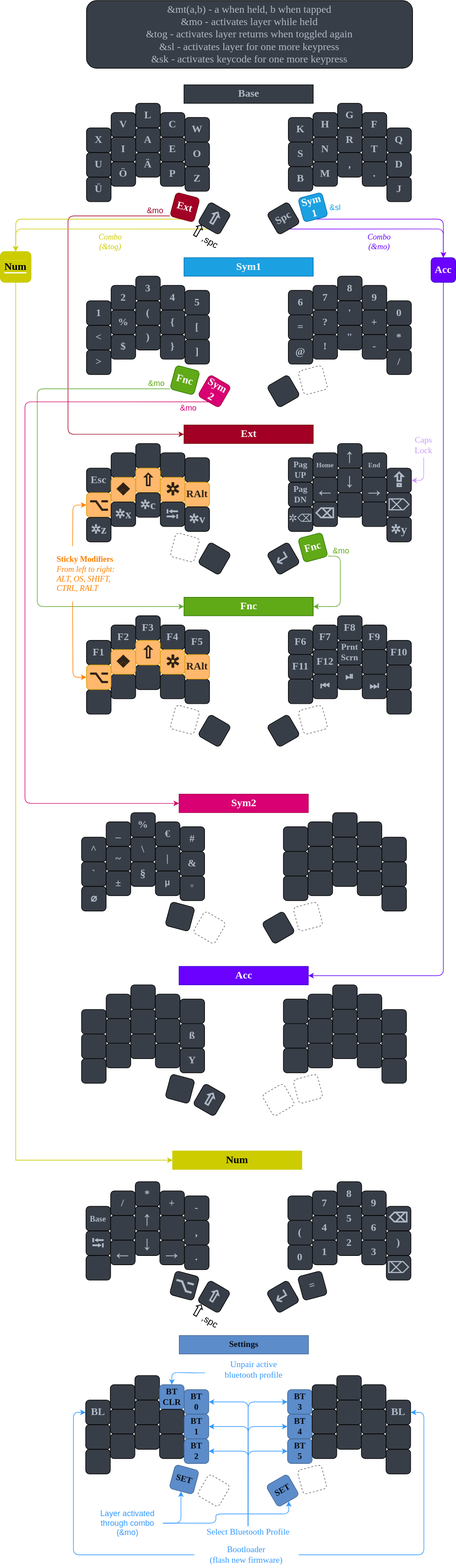
This is Layout/Sweepd_Neo2.svg from hoyohayo/zmk-config, a draw.io export, as it was before one commit. Source tidied: cells renumbered, new cells last; positions are measured from the earlier drawing's top-left corner, leaving out a move shared by most shapes.
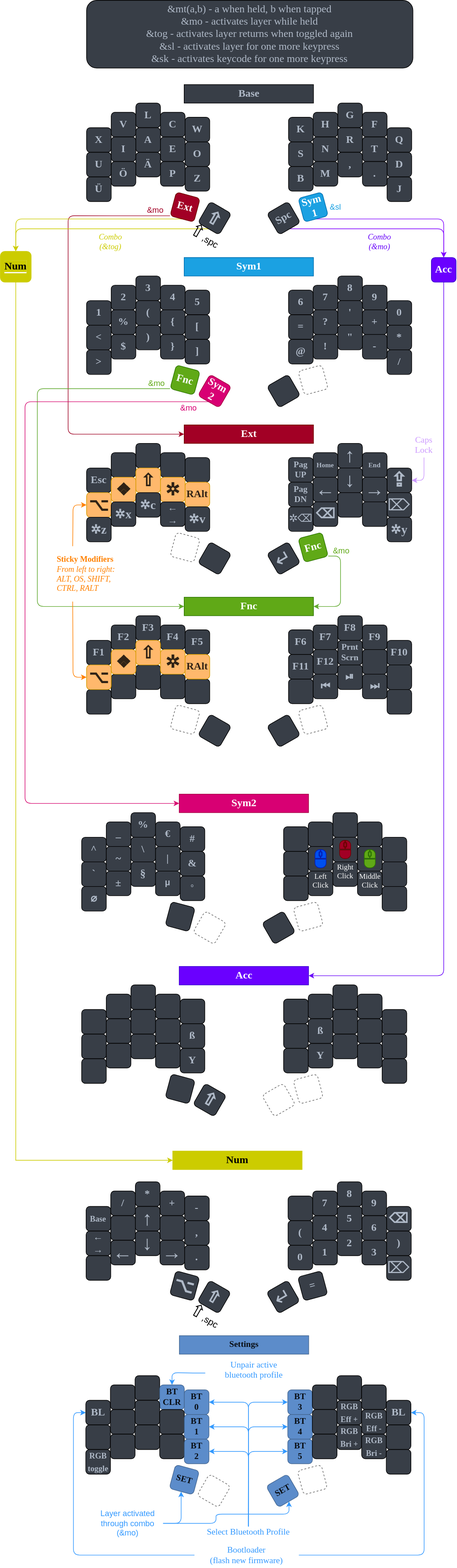
Later version of the same file.

What changed in the source:
```diff
@@ -287,7 +287,7 @@
     <mxCell id="91" value="&lt;span style=&quot;font-family: &amp;quot;segoe ui emoji&amp;quot;, &amp;quot;apple color emoji&amp;quot;, &amp;quot;noto color emoji&amp;quot;; font-size: 20px;&quot;&gt;✲c&lt;/span&gt;" style="whiteSpace=wrap;html=1;fontSize=17;fontFamily=Verdana;fontStyle=1;fontColor=#AFB9C7;fillColor=#383E47;rounded=1;" parent="1" vertex="1">
       <mxGeometry x="220" y="800" width="40" height="40" as="geometry" />
     </mxCell>
-    <mxCell id="92" value="&lt;span style=&quot;font-family: &amp;quot;segoe ui emoji&amp;quot;, &amp;quot;apple color emoji&amp;quot;, &amp;quot;noto color emoji&amp;quot;; font-size: 28px; font-weight: 400;&quot;&gt;⭾&lt;/span&gt;" style="whiteSpace=wrap;html=1;fontSize=17;fontFamily=Verdana;fontStyle=1;fontColor=#AFB9C7;fillColor=#383E47;rounded=1;" parent="1" vertex="1">
+    <mxCell id="92" value="&lt;font style=&quot;font-size: 16px;&quot;&gt;&lt;span style=&quot;font-family: &amp;quot;segoe ui emoji&amp;quot;, &amp;quot;apple color emoji&amp;quot;, &amp;quot;noto color emoji&amp;quot;;&quot;&gt;←&lt;br&gt;&lt;/span&gt;&lt;span style=&quot;font-family: &amp;quot;segoe ui emoji&amp;quot;, &amp;quot;apple color emoji&amp;quot;, &amp;quot;noto color emoji&amp;quot;;&quot;&gt;→&lt;/span&gt;&lt;/font&gt;" style="whiteSpace=wrap;html=1;fontSize=17;fontFamily=Verdana;fontStyle=1;fontColor=#AFB9C7;fillColor=#383E47;rounded=1;" parent="1" vertex="1">
       <mxGeometry x="260" y="815" width="40" height="40" as="geometry" />
     </mxCell>
     <mxCell id="93" value="&lt;span style=&quot;font-family: &amp;quot;segoe ui emoji&amp;quot;, &amp;quot;apple color emoji&amp;quot;, &amp;quot;noto color emoji&amp;quot;; font-size: 20px;&quot;&gt;✲v&lt;/span&gt;" style="whiteSpace=wrap;html=1;fontSize=17;fontFamily=Verdana;fontStyle=1;fontColor=#AFB9C7;fillColor=#383E47;rounded=1;" parent="1" vertex="1">
@@ -554,9 +554,6 @@
     <mxCell id="176" style="whiteSpace=wrap;html=1;fontSize=17;fontFamily=Verdana;fontStyle=1;fontColor=#AFB9C7;fillColor=#383E47;rounded=1;" parent="1" vertex="1">
       <mxGeometry x="460" y="1663" width="40" height="40" as="geometry" />
     </mxCell>
-    <mxCell id="177" style="whiteSpace=wrap;html=1;fontSize=17;fontFamily=Verdana;fontStyle=1;fontColor=#AFB9C7;fillColor=#383E47;rounded=1;" parent="1" vertex="1">
-      <mxGeometry x="500" y="1655" width="40" height="40" as="geometry" />
-    </mxCell>
     <mxCell id="178" style="whiteSpace=wrap;html=1;fontSize=17;fontFamily=Verdana;fontStyle=1;fontColor=#AFB9C7;fillColor=#383E47;rounded=1;" parent="1" vertex="1">
       <mxGeometry x="540" y="1640" width="40" height="40" as="geometry" />
     </mxCell>
@@ -569,7 +566,7 @@
     <mxCell id="181" style="whiteSpace=wrap;html=1;fontSize=17;fontFamily=Verdana;fontStyle=1;fontColor=#AFB9C7;fillColor=#383E47;rounded=1;" parent="1" vertex="1">
       <mxGeometry x="460" y="1703" width="40" height="40" as="geometry" />
     </mxCell>
-    <mxCell id="182" style="whiteSpace=wrap;html=1;fontSize=17;fontFamily=Verdana;fontStyle=1;fontColor=#AFB9C7;fillColor=#383E47;rounded=1;" parent="1" vertex="1">
+    <mxCell id="182" value="Y" style="whiteSpace=wrap;html=1;fontSize=17;fontFamily=Verdana;fontStyle=1;fontColor=#AFB9C7;fillColor=#383E47;rounded=1;" parent="1" vertex="1">
       <mxGeometry x="500" y="1695" width="40" height="40" as="geometry" />
     </mxCell>
     <mxCell id="183" style="whiteSpace=wrap;html=1;fontSize=17;fontFamily=Verdana;fontStyle=1;fontColor=#AFB9C7;fillColor=#383E47;rounded=1;" parent="1" vertex="1">
@@ -768,7 +765,7 @@
     <mxCell id="244" value="-" style="whiteSpace=wrap;html=1;fontSize=17;fontFamily=Verdana;fontStyle=1;fontColor=#AFB9C7;fillColor=#383E47;rounded=1;" parent="1" vertex="1">
       <mxGeometry x="299.2" y="1943" width="40" height="40" as="geometry" />
     </mxCell>
-    <mxCell id="245" value="&lt;span style=&quot;font-family: &amp;quot;segoe ui emoji&amp;quot;, &amp;quot;apple color emoji&amp;quot;, &amp;quot;noto color emoji&amp;quot;; font-size: 28px; font-weight: 400;&quot;&gt;⭾&lt;/span&gt;" style="whiteSpace=wrap;html=1;fontSize=17;fontFamily=Verdana;fontStyle=1;fontColor=#AFB9C7;fillColor=#383E47;rounded=1;" parent="1" vertex="1">
+    <mxCell id="245" value="&lt;span style=&quot;font-size: 16px; font-family: &amp;quot;segoe ui emoji&amp;quot;, &amp;quot;apple color emoji&amp;quot;, &amp;quot;noto color emoji&amp;quot;;&quot;&gt;←&lt;br&gt;&lt;/span&gt;&lt;span style=&quot;font-size: 16px; font-family: &amp;quot;segoe ui emoji&amp;quot;, &amp;quot;apple color emoji&amp;quot;, &amp;quot;noto color emoji&amp;quot;;&quot;&gt;→&lt;/span&gt;" style="whiteSpace=wrap;html=1;fontSize=17;fontFamily=Verdana;fontStyle=1;fontColor=#AFB9C7;fillColor=#383E47;rounded=1;" parent="1" vertex="1">
       <mxGeometry x="139.2" y="2000" width="40" height="40" as="geometry" />
     </mxCell>
     <mxCell id="246" style="whiteSpace=wrap;html=1;fontSize=17;fontFamily=Verdana;fontStyle=1;fontColor=#AFB9C7;fillColor=#383E47;rounded=1;" parent="1" vertex="1">
@@ -918,7 +915,7 @@
     <mxCell id="294" value="&lt;div&gt;BT&lt;/div&gt;&lt;div&gt;1&lt;br&gt;&lt;/div&gt;" style="whiteSpace=wrap;html=1;fontSize=14;fontFamily=Verdana;fontStyle=1;fontColor=#090e14;fillColor=#5C8CCA;rounded=1;strokeColor=#456893;" parent="1" vertex="1">
       <mxGeometry x="298.8" y="2298" width="40" height="40" as="geometry" />
     </mxCell>
-    <mxCell id="295" style="whiteSpace=wrap;html=1;fontSize=17;fontFamily=Verdana;fontStyle=1;fontColor=#AFB9C7;fillColor=#383E47;rounded=1;" parent="1" vertex="1">
+    <mxCell id="295" value="&lt;font style=&quot;font-size: 13px;&quot;&gt;RGB&lt;br&gt;toggle&lt;/font&gt;" style="whiteSpace=wrap;html=1;fontSize=17;fontFamily=Verdana;fontStyle=1;fontColor=#AFB9C7;fillColor=#383E47;rounded=1;" parent="1" vertex="1">
       <mxGeometry x="138.8" y="2355" width="40" height="40" as="geometry" />
     </mxCell>
     <mxCell id="296" style="whiteSpace=wrap;html=1;fontSize=17;fontFamily=Verdana;fontStyle=1;fontColor=#AFB9C7;fillColor=#383E47;rounded=1;" parent="1" vertex="1">
@@ -960,10 +957,10 @@
     <mxCell id="308" style="whiteSpace=wrap;html=1;fontSize=17;fontFamily=Verdana;fontStyle=1;fontColor=#AFB9C7;fillColor=#383E47;rounded=1;" parent="1" vertex="1">
       <mxGeometry x="506.8" y="2290" width="40" height="40" as="geometry" />
     </mxCell>
-    <mxCell id="309" style="whiteSpace=wrap;html=1;fontSize=17;fontFamily=Verdana;fontStyle=1;fontColor=#AFB9C7;fillColor=#383E47;rounded=1;" parent="1" vertex="1">
+    <mxCell id="309" value="&lt;font style=&quot;font-size: 13px;&quot;&gt;RGB&lt;br&gt;Eff +&lt;/font&gt;" style="whiteSpace=wrap;html=1;fontSize=17;fontFamily=Verdana;fontStyle=1;fontColor=#AFB9C7;fillColor=#383E47;rounded=1;" parent="1" vertex="1">
       <mxGeometry x="546.8" y="2275" width="40" height="40" as="geometry" />
     </mxCell>
-    <mxCell id="310" style="whiteSpace=wrap;html=1;fontSize=17;fontFamily=Verdana;fontStyle=1;fontColor=#AFB9C7;fillColor=#383E47;rounded=1;" parent="1" vertex="1">
+    <mxCell id="310" value="&lt;font style=&quot;font-size: 13px;&quot;&gt;RGB Eff -&lt;/font&gt;" style="whiteSpace=wrap;html=1;fontSize=17;fontFamily=Verdana;fontStyle=1;fontColor=#AFB9C7;fillColor=#383E47;rounded=1;" parent="1" vertex="1">
       <mxGeometry x="586.8" y="2290" width="40" height="40" as="geometry" />
     </mxCell>
     <mxCell id="311" style="whiteSpace=wrap;html=1;fontSize=17;fontFamily=Verdana;fontStyle=1;fontColor=#AFB9C7;fillColor=#383E47;rounded=1;" parent="1" vertex="1">
@@ -975,10 +972,10 @@
     <mxCell id="313" style="whiteSpace=wrap;html=1;fontSize=17;fontFamily=Verdana;fontStyle=1;fontColor=#AFB9C7;fillColor=#383E47;rounded=1;" parent="1" vertex="1">
       <mxGeometry x="506.8" y="2330" width="40" height="40" as="geometry" />
     </mxCell>
-    <mxCell id="314" style="whiteSpace=wrap;html=1;fontSize=17;fontFamily=Verdana;fontStyle=1;fontColor=#AFB9C7;fillColor=#383E47;rounded=1;" parent="1" vertex="1">
+    <mxCell id="314" value="&lt;font style=&quot;font-size: 13px;&quot;&gt;RGB Bri +&lt;/font&gt;" style="whiteSpace=wrap;html=1;fontSize=17;fontFamily=Verdana;fontStyle=1;fontColor=#AFB9C7;fillColor=#383E47;rounded=1;" parent="1" vertex="1">
       <mxGeometry x="546.8" y="2315" width="40" height="40" as="geometry" />
     </mxCell>
-    <mxCell id="315" style="whiteSpace=wrap;html=1;fontSize=17;fontFamily=Verdana;fontStyle=1;fontColor=#AFB9C7;fillColor=#383E47;rounded=1;" parent="1" vertex="1">
+    <mxCell id="315" value="&lt;font style=&quot;font-size: 13px;&quot;&gt;RGB Bri -&lt;/font&gt;" style="whiteSpace=wrap;html=1;fontSize=17;fontFamily=Verdana;fontStyle=1;fontColor=#AFB9C7;fillColor=#383E47;rounded=1;" parent="1" vertex="1">
       <mxGeometry x="586.8" y="2330" width="40" height="40" as="geometry" />
     </mxCell>
     <mxCell id="316" style="whiteSpace=wrap;html=1;fontSize=17;fontFamily=Verdana;fontStyle=1;fontColor=#AFB9C7;fillColor=#383E47;rounded=1;" parent="1" vertex="1">
@@ -1018,5 +1015,17 @@
     <mxCell id="324" value="&lt;div style=&quot;font-size: 15px;&quot;&gt;&lt;span style=&quot;font-family: &amp;quot;segoe ui emoji&amp;quot;, &amp;quot;apple color emoji&amp;quot;, &amp;quot;noto color emoji&amp;quot;; font-size: 29px;&quot;&gt;&lt;font style=&quot;font-size: 29px;&quot;&gt;⇧&lt;/font&gt;&lt;/span&gt;,spc&lt;/div&gt;" style="text;html=1;strokeColor=none;fillColor=none;align=center;verticalAlign=middle;whiteSpace=wrap;rounded=0;fontSize=29;rotation=30;" parent="1" vertex="1">
       <mxGeometry x="309.2" y="2127" width="47.5" height="20" as="geometry" />
     </mxCell>
+    <mxCell id="325" value="&lt;font face=&quot;Verdana&quot;&gt;Left&lt;br&gt;Click&lt;/font&gt;" style="sketch=0;shadow=0;dashed=0;html=1;strokeColor=#001DBC;labelPosition=center;verticalLabelPosition=bottom;verticalAlign=top;align=center;fillColor=#0050ef;shape=mxgraph.mscae.enterprise.mouse;fontColor=#ffffff;" parent="1" vertex="1">
+      <mxGeometry x="511" y="1380" width="18" height="30" as="geometry" />
+    </mxCell>
+    <mxCell id="326" value="&lt;font face=&quot;Verdana&quot;&gt;Right&lt;br&gt;Click&lt;/font&gt;" style="sketch=0;shadow=0;dashed=0;html=1;strokeColor=#6F0000;labelPosition=center;verticalLabelPosition=bottom;verticalAlign=top;align=center;fillColor=#a20025;shape=mxgraph.mscae.enterprise.mouse;fontColor=#ffffff;" parent="1" vertex="1">
+      <mxGeometry x="551" y="1365" width="18" height="30" as="geometry" />
+    </mxCell>
+    <mxCell id="327" value="&lt;font face=&quot;Verdana&quot;&gt;Middle&lt;br&gt;Click&lt;/font&gt;" style="sketch=0;shadow=0;dashed=0;html=1;strokeColor=#2D7600;labelPosition=center;verticalLabelPosition=bottom;verticalAlign=top;align=center;fillColor=#60a917;shape=mxgraph.mscae.enterprise.mouse;fontColor=#ffffff;" parent="1" vertex="1">
+      <mxGeometry x="591" y="1380" width="18" height="30" as="geometry" />
+    </mxCell>
+    <mxCell id="328" value="&lt;span&gt;ß&lt;/span&gt;" style="whiteSpace=wrap;html=1;fontSize=17;fontFamily=Verdana;fontStyle=1;fontColor=#AFB9C7;fillColor=#383E47;rounded=1;" parent="1" vertex="1">
+      <mxGeometry x="500" y="1655" width="40" height="40" as="geometry" />
+    </mxCell>
   </root>
 </mxGraphModel>
```
